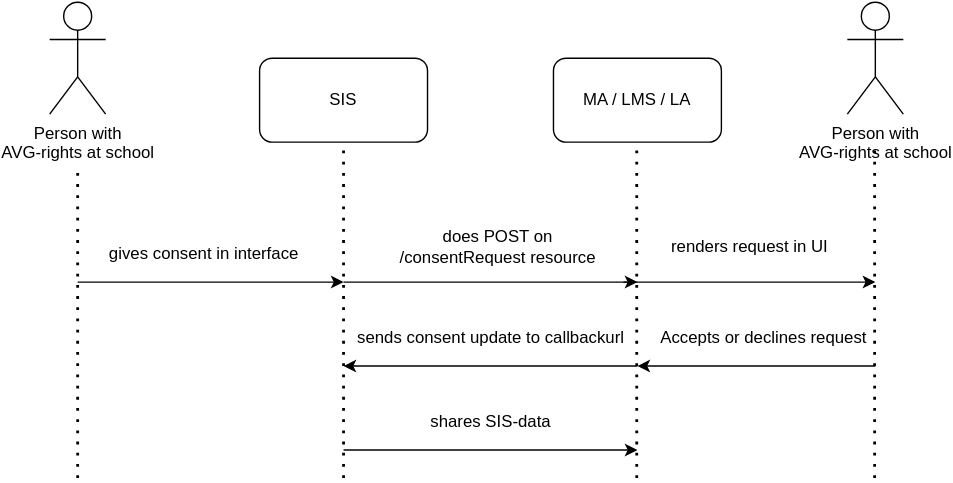
The draw.io diagram documentation/diagrams/consentflowsis.svg in stichtingsem/ecosystem, before a commit. Source tidied: cells renumbered, new cells last; positions are measured from the earlier drawing's top-left corner, leaving out a move shared by most shapes.
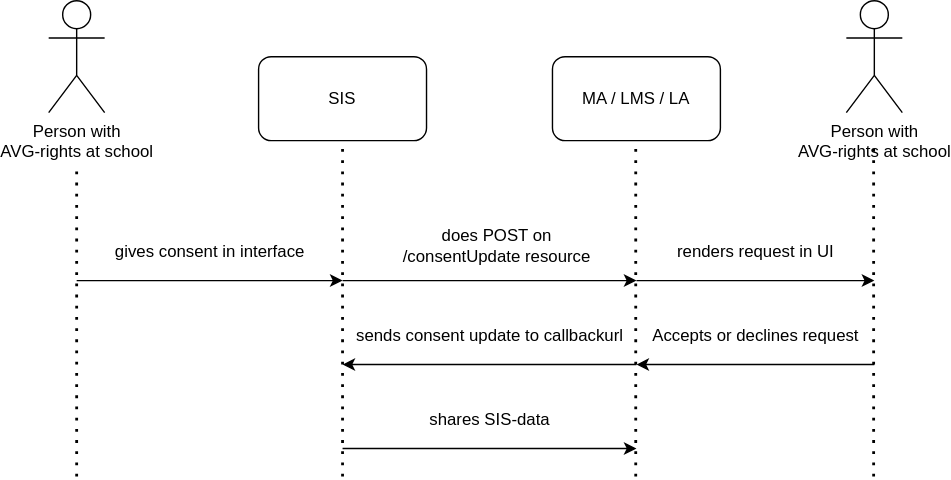
After the commit.

The edit, as a diff of the source:
```diff
@@ -31,33 +31,33 @@
     </mxCell>
     <mxCell id="8" style="endArrow=classic;html=1;rounded=0;" parent="1" edge="1">
       <mxGeometry relative="1" as="geometry">
-        <mxPoint x="590" y="260" as="sourcePoint" />
-        <mxPoint x="420" y="260" as="targetPoint" />
+        <mxPoint x="420" y="200" as="sourcePoint" />
+        <mxPoint x="590" y="200" as="targetPoint" />
       </mxGeometry>
     </mxCell>
     <mxCell id="9" value="Accepts or declines request" style="text;html=1;align=center;verticalAlign=middle;strokeColor=none;fillColor=none;" parent="1" vertex="1">
-      <mxGeometry x="430" y="230" width="160" height="20" as="geometry" />
+      <mxGeometry x="425" y="230" width="160" height="20" as="geometry" />
     </mxCell>
     <mxCell id="10" style="endArrow=classic;html=1;rounded=0;" parent="1" edge="1">
       <mxGeometry relative="1" as="geometry">
-        <mxPoint x="20" y="200" as="sourcePoint" />
-        <mxPoint x="210" y="200" as="targetPoint" />
+        <mxPoint x="590" y="260" as="sourcePoint" />
+        <mxPoint x="420" y="260" as="targetPoint" />
       </mxGeometry>
     </mxCell>
     <mxCell id="11" style="endArrow=classic;html=1;rounded=0;" parent="1" edge="1">
       <mxGeometry relative="1" as="geometry">
-        <mxPoint x="210" y="200" as="sourcePoint" />
-        <mxPoint x="420" y="200" as="targetPoint" />
+        <mxPoint x="420" y="260" as="sourcePoint" />
+        <mxPoint x="210" y="260" as="targetPoint" />
       </mxGeometry>
     </mxCell>
     <mxCell id="12" value="gives consent in interface" style="text;html=1;align=center;verticalAlign=middle;strokeColor=none;fillColor=none;" parent="1" vertex="1">
-      <mxGeometry x="35" y="170" width="150" height="20" as="geometry" />
+      <mxGeometry x="40" y="170" width="150" height="20" as="geometry" />
     </mxCell>
     <mxCell id="13" value="sends consent update to callbackurl" style="text;html=1;align=center;verticalAlign=middle;strokeColor=none;fillColor=none;" parent="1" vertex="1">
       <mxGeometry x="210" y="230" width="210" height="20" as="geometry" />
     </mxCell>
-    <mxCell id="14" value="does POST on&lt;br&gt;/consentRequest resource" style="text;html=1;align=center;verticalAlign=middle;strokeColor=none;fillColor=none;" parent="1" vertex="1">
-      <mxGeometry x="240" y="160" width="160" height="30" as="geometry" />
+    <mxCell id="14" value="does POST on&lt;br&gt;/consentUpdate resource" style="text;html=1;align=center;verticalAlign=middle;strokeColor=none;fillColor=none;" parent="1" vertex="1">
+      <mxGeometry x="245" y="160" width="150" height="30" as="geometry" />
     </mxCell>
     <mxCell id="15" value="Person with &lt;br&gt;AVG-rights at school" style="shape=umlActor;verticalLabelPosition=bottom;verticalAlign=top;html=1;" parent="1" vertex="1">
       <mxGeometry x="570" width="40" height="80" as="geometry" />
@@ -68,19 +68,13 @@
         <mxPoint x="589.5" y="100" as="targetPoint" />
       </mxGeometry>
     </mxCell>
-    <mxCell id="17" style="endArrow=classic;html=1;rounded=0;" parent="1" edge="1">
-      <mxGeometry relative="1" as="geometry">
-        <mxPoint x="410" y="200" as="sourcePoint" />
-        <mxPoint x="590" y="200" as="targetPoint" />
-      </mxGeometry>
-    </mxCell>
     <mxCell id="18" value="renders request in UI" style="text;html=1;align=center;verticalAlign=middle;strokeColor=none;fillColor=none;" parent="1" vertex="1">
-      <mxGeometry x="435" y="165" width="130" height="20" as="geometry" />
+      <mxGeometry x="440" y="170" width="130" height="20" as="geometry" />
     </mxCell>
     <mxCell id="19" style="endArrow=classic;html=1;rounded=0;" parent="1" edge="1">
       <mxGeometry relative="1" as="geometry">
-        <mxPoint x="420" y="260" as="sourcePoint" />
-        <mxPoint x="210" y="260" as="targetPoint" />
+        <mxPoint x="210" y="200" as="sourcePoint" />
+        <mxPoint x="420" y="200" as="targetPoint" />
       </mxGeometry>
     </mxCell>
     <mxCell id="20" style="endArrow=classic;html=1;rounded=0;" parent="1" edge="1">
@@ -92,5 +86,11 @@
     <mxCell id="21" value="shares SIS-data" style="text;html=1;align=center;verticalAlign=middle;strokeColor=none;fillColor=none;" parent="1" vertex="1">
       <mxGeometry x="265" y="290" width="100" height="20" as="geometry" />
     </mxCell>
+    <mxCell id="22" style="endArrow=classic;html=1;rounded=0;" parent="1" edge="1">
+      <mxGeometry relative="1" as="geometry">
+        <mxPoint x="20" y="200" as="sourcePoint" />
+        <mxPoint x="210" y="200" as="targetPoint" />
+      </mxGeometry>
+    </mxCell>
   </root>
 </mxGraphModel>
```
